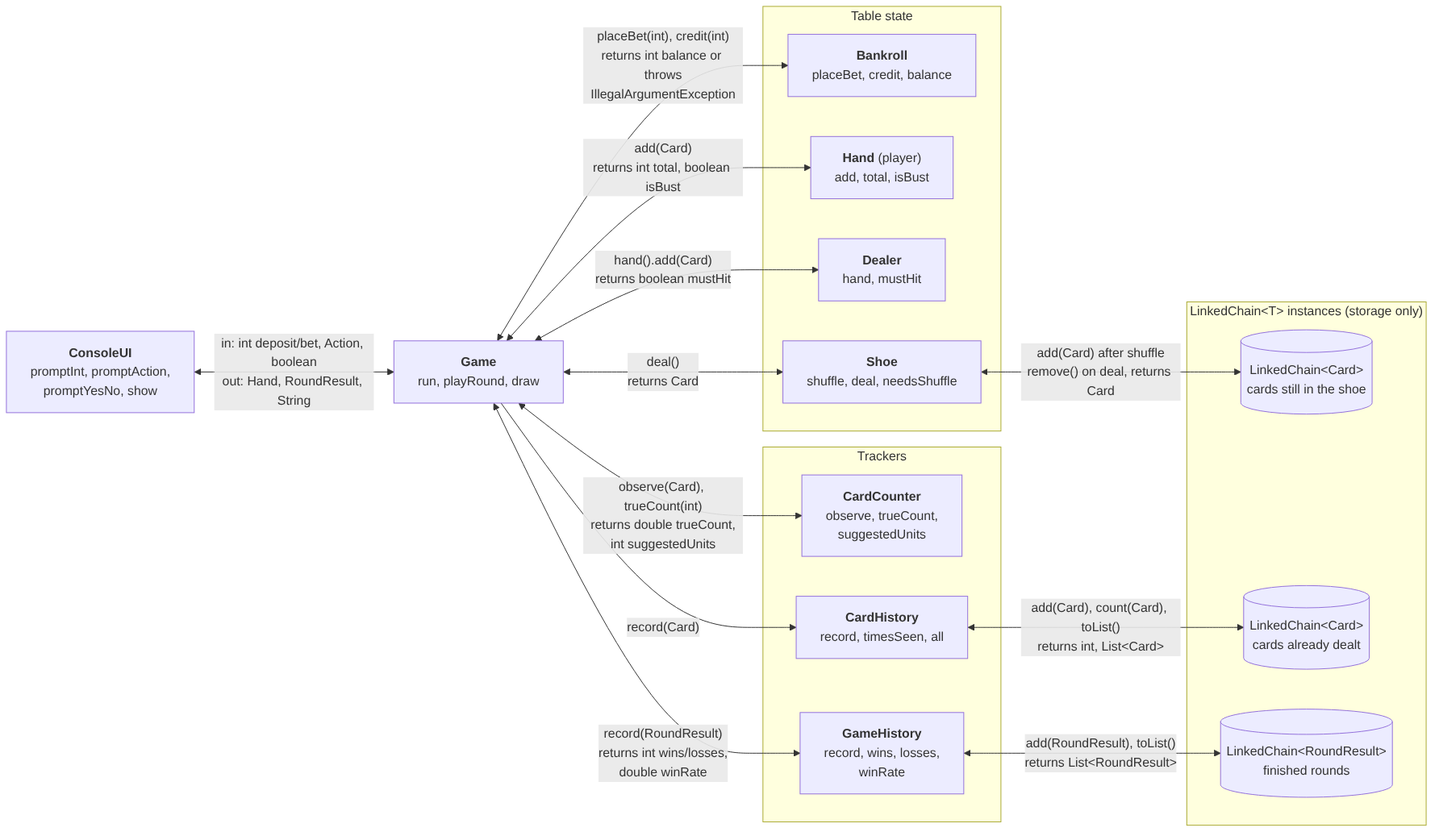
DRMarcosVT/Project-2 keeps this Mermaid diagram as Docs/system-diagram.png. Above is the earlier version. Its source is kept beside it as Docs/system-diagram.mmd. Source of this version:
```mermaid
flowchart LR
    UI["<b>ConsoleUI</b><br/>promptInt, promptAction,<br/>promptYesNo, show"]
    G["<b>Game</b><br/>run, playRound, draw"]

    subgraph table["Table state"]
        direction TB
        BR["<b>Bankroll</b><br/>placeBet, credit, balance"]
        PH["<b>Hand</b> (player)<br/>add, total, isBust"]
        D["<b>Dealer</b><br/>hand, mustHit"]
        S["<b>Shoe</b><br/>shuffle, deal, needsShuffle"]
    end

    subgraph trackers["Trackers"]
        direction TB
        CC["<b>CardCounter</b><br/>observe, trueCount,<br/>suggestedUnits"]
        CH["<b>CardHistory</b><br/>record, timesSeen, all"]
        GH["<b>GameHistory</b><br/>record, wins, losses,<br/>winRate"]
    end

    subgraph chains["LinkedChain&lt;T&gt; instances (storage only)"]
        direction TB
        LC1[("LinkedChain&lt;Card&gt;<br/>cards still in the shoe")]
        LC2[("LinkedChain&lt;Card&gt;<br/>cards already dealt")]
        LC3[("LinkedChain&lt;RoundResult&gt;<br/>finished rounds")]
    end

    UI <-- "in: int deposit/bet, Action, boolean<br/>out: Hand, RoundResult, String" --> G
    G <-- "placeBet(int), credit(int)<br/>returns int balance or throws<br/>IllegalArgumentException" --> BR
    G <-- "add(Card)<br/>returns int total, boolean isBust" --> PH
    G <-- "hand().add(Card)<br/>returns boolean mustHit" --> D
    G <-- "deal()<br/>returns Card" --> S
    G <-- "observe(Card), trueCount(int)<br/>returns double trueCount,<br/>int suggestedUnits" --> CC
    G -- "record(Card)" --> CH
    G <-- "record(RoundResult)<br/>returns int wins/losses,<br/>double winRate" --> GH
    S <-- "add(Card) after shuffle<br/>remove() on deal, returns Card" --> LC1
    CH <-- "add(Card), count(Card), toList()<br/>returns int, List&lt;Card&gt;" --> LC2
    GH <-- "add(RoundResult), toList()<br/>returns List&lt;RoundResult&gt;" --> LC3
```
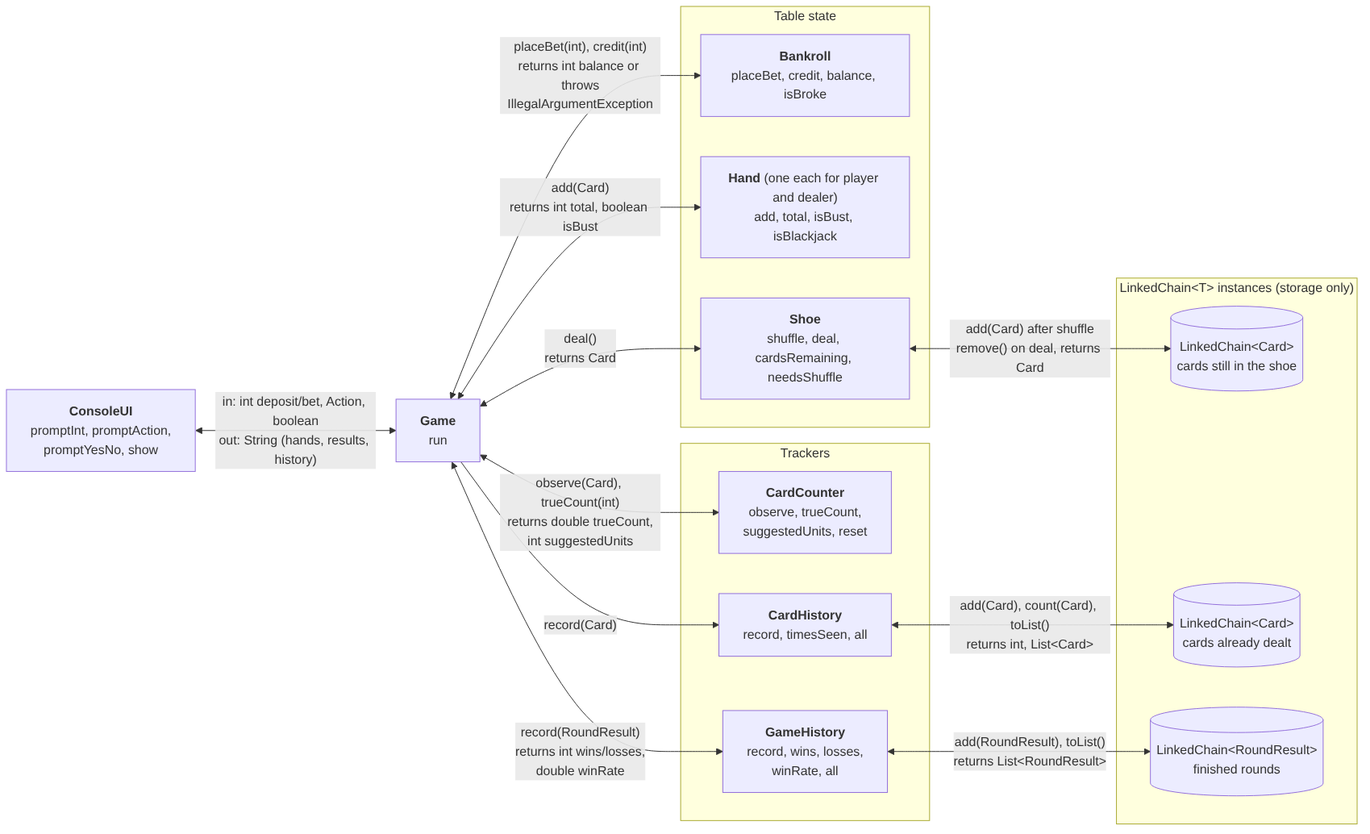
The same file after the commit.

Change to the diagram source:
```diff
@@ -1,20 +1,19 @@
 flowchart LR
     UI["<b>ConsoleUI</b><br/>promptInt, promptAction,<br/>promptYesNo, show"]
-    G["<b>Game</b><br/>run, playRound, draw"]
+    G["<b>Game</b><br/>run"]
 
     subgraph table["Table state"]
         direction TB
-        BR["<b>Bankroll</b><br/>placeBet, credit, balance"]
-        PH["<b>Hand</b> (player)<br/>add, total, isBust"]
-        D["<b>Dealer</b><br/>hand, mustHit"]
-        S["<b>Shoe</b><br/>shuffle, deal, needsShuffle"]
+        BR["<b>Bankroll</b><br/>placeBet, credit, balance, isBroke"]
+        H["<b>Hand</b> (one each for player and dealer)<br/>add, total, isBust, isBlackjack"]
+        S["<b>Shoe</b><br/>shuffle, deal, cardsRemaining, needsShuffle"]
     end
 
     subgraph trackers["Trackers"]
         direction TB
-        CC["<b>CardCounter</b><br/>observe, trueCount,<br/>suggestedUnits"]
+        CC["<b>CardCounter</b><br/>observe, trueCount,<br/>suggestedUnits, reset"]
         CH["<b>CardHistory</b><br/>record, timesSeen, all"]
-        GH["<b>GameHistory</b><br/>record, wins, losses,<br/>winRate"]
+        GH["<b>GameHistory</b><br/>record, wins, losses,<br/>winRate, all"]
     end
 
     subgraph chains["LinkedChain&lt;T&gt; instances (storage only)"]
@@ -24,10 +23,9 @@
         LC3[("LinkedChain&lt;RoundResult&gt;<br/>finished rounds")]
     end
 
-    UI <-- "in: int deposit/bet, Action, boolean<br/>out: Hand, RoundResult, String" --> G
+    UI <-- "in: int deposit/bet, Action, boolean<br/>out: String (hands, results, history)" --> G
     G <-- "placeBet(int), credit(int)<br/>returns int balance or throws<br/>IllegalArgumentException" --> BR
-    G <-- "add(Card)<br/>returns int total, boolean isBust" --> PH
-    G <-- "hand().add(Card)<br/>returns boolean mustHit" --> D
+    G <-- "add(Card)<br/>returns int total, boolean isBust" --> H
     G <-- "deal()<br/>returns Card" --> S
     G <-- "observe(Card), trueCount(int)<br/>returns double trueCount,<br/>int suggestedUnits" --> CC
     G -- "record(Card)" --> CH
```
